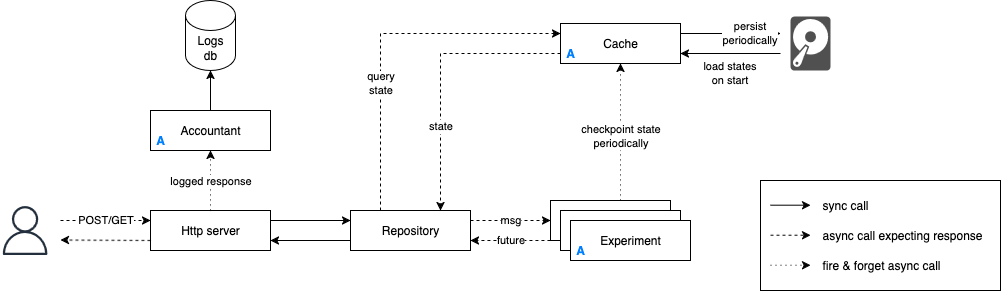
The draw.io diagram assets/architecture.png in clabrugere/rust-bandits, before a commit. Source tidied: cells renumbered, new cells last; positions are measured from the earlier drawing's top-left corner, leaving out a move shared by most shapes.
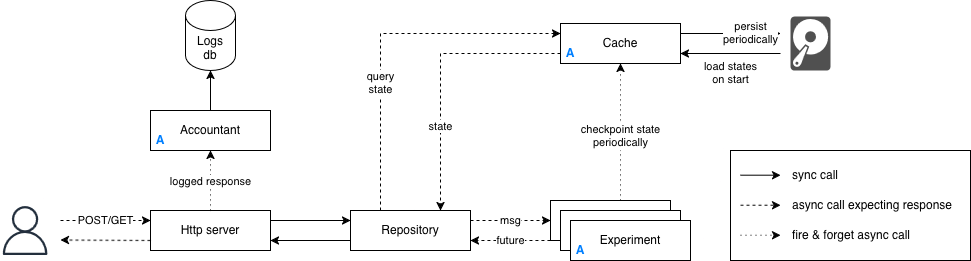
Above is the later version.

What changed in the source:
```diff
@@ -1,4 +1,4 @@
-<mxGraphModel>
+<mxGraphModel background="#ffffff">
   <root>
     <mxCell id="0" />
     <mxCell id="1" parent="0" />
@@ -42,7 +42,7 @@
       <mxGeometry x="790" y="16" width="40" height="54" as="geometry" />
     </mxCell>
     <mxCell id="14" style="group;" parent="1" vertex="1">
-      <mxGeometry x="760" y="180" width="240" height="110" as="geometry" />
+      <mxGeometry x="730" y="150" width="240" height="110" as="geometry" />
     </mxCell>
     <mxCell id="15" style="rounded=0;whiteSpace=wrap;html=1;" parent="14" vertex="1">
       <mxGeometry width="240" height="110" as="geometry" />
```
